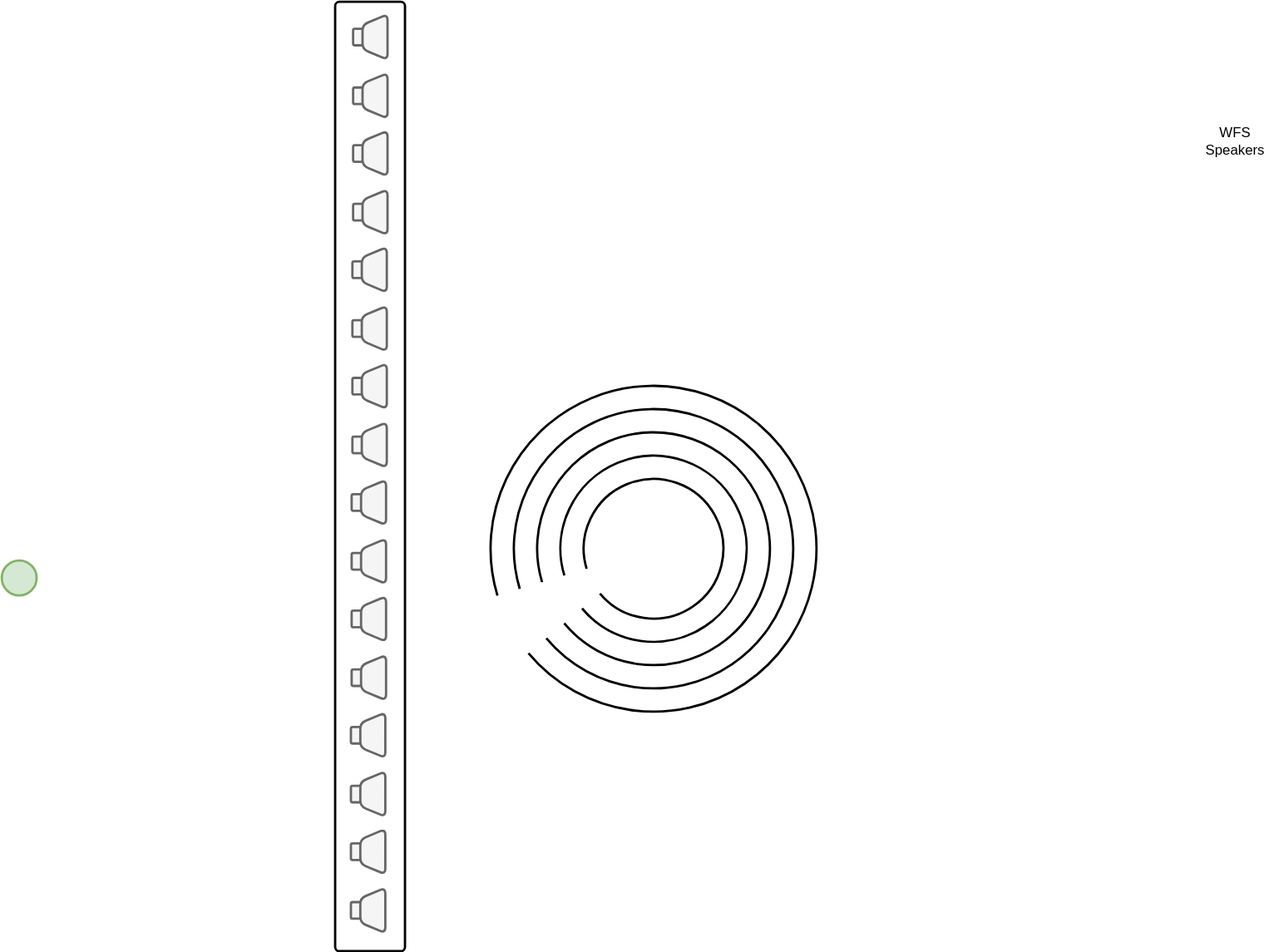
This is Graphics/Untitled Diagram.svg from tu-studio/seamless-docs, a draw.io export, as it was before one commit. Source tidied: cells renumbered, new cells last; positions are measured from the earlier drawing's top-left corner, leaving out a move shared by most shapes. Its diagram source:
```xml
<mxGraphModel>
  <root>
    <mxCell id="0" />
    <mxCell id="1" parent="0" />
    <mxCell id="2" style="verticalLabelPosition=bottom;verticalAlign=top;html=1;shape=mxgraph.basic.arc;startAngle=0.7036132104611288;endAngle=0.6392570956663137;strokeWidth=2;" parent="1" vertex="1">
      <mxGeometry x="420" y="330" width="280" height="280" as="geometry" />
    </mxCell>
    <mxCell id="3" style="verticalLabelPosition=bottom;verticalAlign=top;html=1;shape=mxgraph.basic.arc;startAngle=0.7036132104611288;endAngle=0.6392570956663137;strokeWidth=2;" parent="1" vertex="1">
      <mxGeometry x="440" y="350" width="240" height="240" as="geometry" />
    </mxCell>
    <mxCell id="4" style="verticalLabelPosition=bottom;verticalAlign=top;html=1;shape=mxgraph.basic.arc;startAngle=0.7036132104611288;endAngle=0.6392570956663137;strokeWidth=2;" parent="1" vertex="1">
      <mxGeometry x="460" y="370" width="200" height="200" as="geometry" />
    </mxCell>
    <mxCell id="5" style="verticalLabelPosition=bottom;verticalAlign=top;html=1;shape=mxgraph.basic.arc;startAngle=0.7036132104611288;endAngle=0.6392570956663137;strokeWidth=2;" parent="1" vertex="1">
      <mxGeometry x="480" y="390" width="160" height="160" as="geometry" />
    </mxCell>
    <mxCell id="6" style="rounded=1;whiteSpace=wrap;html=1;strokeWidth=2;align=left;arcSize=6;" parent="1" vertex="1">
      <mxGeometry x="286.5" width="60" height="815.8" as="geometry" />
    </mxCell>
    <mxCell id="7" value="WFS Speakers" style="text;html=1;strokeColor=none;fillColor=none;align=center;verticalAlign=middle;whiteSpace=wrap;rounded=0;" parent="1" vertex="1">
      <mxGeometry x="1040" y="110" width="40" height="20" as="geometry" />
    </mxCell>
    <mxCell id="8" style="group;arcSize=10;" parent="1" vertex="1">
      <mxGeometry x="300.6" y="410" width="29.1" height="40.5" as="geometry" />
    </mxCell>
    <mxCell id="9" style="rounded=1;whiteSpace=wrap;html=1;strokeWidth=2;align=left;arcSize=10;fillColor=#f5f5f5;strokeColor=#666666;fontColor=#333333;" parent="8" vertex="1">
      <mxGeometry y="13.1" width="14.6" height="14.2" as="geometry" />
    </mxCell>
    <mxCell id="10" style="verticalLabelPosition=middle;verticalAlign=middle;html=1;shape=trapezoid;perimeter=trapezoidPerimeter;whiteSpace=wrap;size=0.23;arcSize=10;flipV=1;labelPosition=center;align=center;rounded=1;strokeWidth=2;rotation=90;fillColor=#f5f5f5;strokeColor=#666666;fontColor=#333333;" parent="8" vertex="1">
      <mxGeometry x="-0.6" y="9.5" width="38.9" height="21.5" as="geometry" />
    </mxCell>
    <mxCell id="11" style="group;arcSize=10;" parent="1" vertex="1">
      <mxGeometry x="300.6" y="460.5" width="29.1" height="40.5" as="geometry" />
    </mxCell>
    <mxCell id="12" style="rounded=1;whiteSpace=wrap;html=1;strokeWidth=2;align=left;arcSize=10;fillColor=#f5f5f5;strokeColor=#666666;fontColor=#333333;" parent="11" vertex="1">
      <mxGeometry y="13.1" width="14.6" height="14.2" as="geometry" />
    </mxCell>
    <mxCell id="13" style="verticalLabelPosition=middle;verticalAlign=middle;html=1;shape=trapezoid;perimeter=trapezoidPerimeter;whiteSpace=wrap;size=0.23;arcSize=10;flipV=1;labelPosition=center;align=center;rounded=1;strokeWidth=2;rotation=90;fillColor=#f5f5f5;strokeColor=#666666;fontColor=#333333;" parent="11" vertex="1">
      <mxGeometry x="-0.6" y="9.5" width="38.9" height="21.5" as="geometry" />
    </mxCell>
    <mxCell id="14" style="group;arcSize=10;" parent="1" vertex="1">
      <mxGeometry x="300.6" y="510.1" width="29.1" height="40.5" as="geometry" />
    </mxCell>
    <mxCell id="15" style="rounded=1;whiteSpace=wrap;html=1;strokeWidth=2;align=left;arcSize=10;fillColor=#f5f5f5;strokeColor=#666666;fontColor=#333333;" parent="14" vertex="1">
      <mxGeometry y="13.1" width="14.6" height="14.2" as="geometry" />
    </mxCell>
    <mxCell id="16" style="verticalLabelPosition=middle;verticalAlign=middle;html=1;shape=trapezoid;perimeter=trapezoidPerimeter;whiteSpace=wrap;size=0.23;arcSize=10;flipV=1;labelPosition=center;align=center;rounded=1;strokeWidth=2;rotation=90;fillColor=#f5f5f5;strokeColor=#666666;fontColor=#333333;" parent="14" vertex="1">
      <mxGeometry x="-0.6" y="9.5" width="38.9" height="21.5" as="geometry" />
    </mxCell>
    <mxCell id="17" style="group;arcSize=10;" parent="1" vertex="1">
      <mxGeometry x="300.6" y="560.5" width="29.1" height="40.5" as="geometry" />
    </mxCell>
    <mxCell id="18" style="rounded=1;whiteSpace=wrap;html=1;strokeWidth=2;align=left;arcSize=10;fillColor=#f5f5f5;strokeColor=#666666;fontColor=#333333;" parent="17" vertex="1">
      <mxGeometry y="13.1" width="14.6" height="14.2" as="geometry" />
    </mxCell>
    <mxCell id="19" style="verticalLabelPosition=middle;verticalAlign=middle;html=1;shape=trapezoid;perimeter=trapezoidPerimeter;whiteSpace=wrap;size=0.23;arcSize=10;flipV=1;labelPosition=center;align=center;rounded=1;strokeWidth=2;rotation=90;fillColor=#f5f5f5;strokeColor=#666666;fontColor=#333333;" parent="17" vertex="1">
      <mxGeometry x="-0.6" y="9.5" width="38.9" height="21.5" as="geometry" />
    </mxCell>
    <mxCell id="20" style="group;arcSize=10;" parent="1" vertex="1">
      <mxGeometry x="300" y="610" width="29.1" height="40.5" as="geometry" />
    </mxCell>
    <mxCell id="21" style="rounded=1;whiteSpace=wrap;html=1;strokeWidth=2;align=left;arcSize=10;fillColor=#f5f5f5;strokeColor=#666666;fontColor=#333333;" parent="20" vertex="1">
      <mxGeometry y="13.1" width="14.6" height="14.2" as="geometry" />
    </mxCell>
    <mxCell id="22" style="verticalLabelPosition=middle;verticalAlign=middle;html=1;shape=trapezoid;perimeter=trapezoidPerimeter;whiteSpace=wrap;size=0.23;arcSize=10;flipV=1;labelPosition=center;align=center;rounded=1;strokeWidth=2;rotation=90;fillColor=#f5f5f5;strokeColor=#666666;fontColor=#333333;" parent="20" vertex="1">
      <mxGeometry x="-0.6" y="9.5" width="38.9" height="21.5" as="geometry" />
    </mxCell>
    <mxCell id="23" style="group;arcSize=10;" parent="1" vertex="1">
      <mxGeometry x="300" y="660.5" width="29.1" height="40.5" as="geometry" />
    </mxCell>
    <mxCell id="24" style="rounded=1;whiteSpace=wrap;html=1;strokeWidth=2;align=left;arcSize=10;fillColor=#f5f5f5;strokeColor=#666666;fontColor=#333333;" parent="23" vertex="1">
      <mxGeometry y="13.1" width="14.6" height="14.2" as="geometry" />
    </mxCell>
    <mxCell id="25" style="verticalLabelPosition=middle;verticalAlign=middle;html=1;shape=trapezoid;perimeter=trapezoidPerimeter;whiteSpace=wrap;size=0.23;arcSize=10;flipV=1;labelPosition=center;align=center;rounded=1;strokeWidth=2;rotation=90;fillColor=#f5f5f5;strokeColor=#666666;fontColor=#333333;" parent="23" vertex="1">
      <mxGeometry x="-0.6" y="9.5" width="38.9" height="21.5" as="geometry" />
    </mxCell>
    <mxCell id="26" style="group;arcSize=10;" parent="1" vertex="1">
      <mxGeometry x="300" y="710.1" width="29.1" height="40.5" as="geometry" />
    </mxCell>
    <mxCell id="27" style="rounded=1;whiteSpace=wrap;html=1;strokeWidth=2;align=left;arcSize=10;fillColor=#f5f5f5;strokeColor=#666666;fontColor=#333333;" parent="26" vertex="1">
      <mxGeometry y="13.1" width="14.6" height="14.2" as="geometry" />
    </mxCell>
    <mxCell id="28" style="verticalLabelPosition=middle;verticalAlign=middle;html=1;shape=trapezoid;perimeter=trapezoidPerimeter;whiteSpace=wrap;size=0.23;arcSize=10;flipV=1;labelPosition=center;align=center;rounded=1;strokeWidth=2;rotation=90;fillColor=#f5f5f5;strokeColor=#666666;fontColor=#333333;" parent="26" vertex="1">
      <mxGeometry x="-0.6" y="9.5" width="38.9" height="21.5" as="geometry" />
    </mxCell>
    <mxCell id="29" style="group;arcSize=10;" parent="1" vertex="1">
      <mxGeometry x="300" y="760.5" width="29.1" height="40.5" as="geometry" />
    </mxCell>
    <mxCell id="30" style="rounded=1;whiteSpace=wrap;html=1;strokeWidth=2;align=left;arcSize=10;fillColor=#f5f5f5;strokeColor=#666666;fontColor=#333333;" parent="29" vertex="1">
      <mxGeometry y="13.1" width="14.6" height="14.2" as="geometry" />
    </mxCell>
    <mxCell id="31" style="verticalLabelPosition=middle;verticalAlign=middle;html=1;shape=trapezoid;perimeter=trapezoidPerimeter;whiteSpace=wrap;size=0.23;arcSize=10;flipV=1;labelPosition=center;align=center;rounded=1;strokeWidth=2;rotation=90;fillColor=#f5f5f5;strokeColor=#666666;fontColor=#333333;" parent="29" vertex="1">
      <mxGeometry x="-0.6" y="9.5" width="38.9" height="21.5" as="geometry" />
    </mxCell>
    <mxCell id="32" style="group;arcSize=10;" parent="1" vertex="1">
      <mxGeometry x="301.9" y="10" width="29.1" height="40.5" as="geometry" />
    </mxCell>
    <mxCell id="33" style="rounded=1;whiteSpace=wrap;html=1;strokeWidth=2;align=left;arcSize=10;fillColor=#f5f5f5;strokeColor=#666666;fontColor=#333333;" parent="32" vertex="1">
      <mxGeometry y="13.1" width="14.6" height="14.2" as="geometry" />
    </mxCell>
    <mxCell id="34" style="verticalLabelPosition=middle;verticalAlign=middle;html=1;shape=trapezoid;perimeter=trapezoidPerimeter;whiteSpace=wrap;size=0.23;arcSize=10;flipV=1;labelPosition=center;align=center;rounded=1;strokeWidth=2;rotation=90;fillColor=#f5f5f5;strokeColor=#666666;fontColor=#333333;" parent="32" vertex="1">
      <mxGeometry x="-0.6" y="9.5" width="38.9" height="21.5" as="geometry" />
    </mxCell>
    <mxCell id="35" style="group;arcSize=10;" parent="1" vertex="1">
      <mxGeometry x="301.9" y="60.5" width="29.1" height="40.5" as="geometry" />
    </mxCell>
    <mxCell id="36" style="rounded=1;whiteSpace=wrap;html=1;strokeWidth=2;align=left;arcSize=10;fillColor=#f5f5f5;strokeColor=#666666;fontColor=#333333;" parent="35" vertex="1">
      <mxGeometry y="13.1" width="14.6" height="14.2" as="geometry" />
    </mxCell>
    <mxCell id="37" style="verticalLabelPosition=middle;verticalAlign=middle;html=1;shape=trapezoid;perimeter=trapezoidPerimeter;whiteSpace=wrap;size=0.23;arcSize=10;flipV=1;labelPosition=center;align=center;rounded=1;strokeWidth=2;rotation=90;fillColor=#f5f5f5;strokeColor=#666666;fontColor=#333333;" parent="35" vertex="1">
      <mxGeometry x="-0.6" y="9.5" width="38.9" height="21.5" as="geometry" />
    </mxCell>
    <mxCell id="38" style="group;arcSize=10;" parent="1" vertex="1">
      <mxGeometry x="301.9" y="110.1" width="29.1" height="40.5" as="geometry" />
    </mxCell>
    <mxCell id="39" style="rounded=1;whiteSpace=wrap;html=1;strokeWidth=2;align=left;arcSize=10;fillColor=#f5f5f5;strokeColor=#666666;fontColor=#333333;" parent="38" vertex="1">
      <mxGeometry y="13.1" width="14.6" height="14.2" as="geometry" />
    </mxCell>
    <mxCell id="40" style="verticalLabelPosition=middle;verticalAlign=middle;html=1;shape=trapezoid;perimeter=trapezoidPerimeter;whiteSpace=wrap;size=0.23;arcSize=10;flipV=1;labelPosition=center;align=center;rounded=1;strokeWidth=2;rotation=90;fillColor=#f5f5f5;strokeColor=#666666;fontColor=#333333;" parent="38" vertex="1">
      <mxGeometry x="-0.6" y="9.5" width="38.9" height="21.5" as="geometry" />
    </mxCell>
    <mxCell id="41" style="group;arcSize=10;" parent="1" vertex="1">
      <mxGeometry x="301.9" y="160.5" width="29.1" height="40.5" as="geometry" />
    </mxCell>
    <mxCell id="42" style="rounded=1;whiteSpace=wrap;html=1;strokeWidth=2;align=left;arcSize=10;fillColor=#f5f5f5;strokeColor=#666666;fontColor=#333333;" parent="41" vertex="1">
      <mxGeometry y="13.1" width="14.6" height="14.2" as="geometry" />
    </mxCell>
    <mxCell id="43" style="verticalLabelPosition=middle;verticalAlign=middle;html=1;shape=trapezoid;perimeter=trapezoidPerimeter;whiteSpace=wrap;size=0.23;arcSize=10;flipV=1;labelPosition=center;align=center;rounded=1;strokeWidth=2;rotation=90;fillColor=#f5f5f5;strokeColor=#666666;fontColor=#333333;" parent="41" vertex="1">
      <mxGeometry x="-0.6" y="9.5" width="38.9" height="21.5" as="geometry" />
    </mxCell>
    <mxCell id="44" style="group;arcSize=10;" parent="1" vertex="1">
      <mxGeometry x="301.3" y="210" width="29.1" height="40.5" as="geometry" />
    </mxCell>
    <mxCell id="45" style="rounded=1;whiteSpace=wrap;html=1;strokeWidth=2;align=left;arcSize=10;fillColor=#f5f5f5;strokeColor=#666666;fontColor=#333333;" parent="44" vertex="1">
      <mxGeometry y="13.1" width="14.6" height="14.2" as="geometry" />
    </mxCell>
    <mxCell id="46" style="verticalLabelPosition=middle;verticalAlign=middle;html=1;shape=trapezoid;perimeter=trapezoidPerimeter;whiteSpace=wrap;size=0.23;arcSize=10;flipV=1;labelPosition=center;align=center;rounded=1;strokeWidth=2;rotation=90;fillColor=#f5f5f5;strokeColor=#666666;fontColor=#333333;" parent="44" vertex="1">
      <mxGeometry x="-0.6" y="9.5" width="38.9" height="21.5" as="geometry" />
    </mxCell>
    <mxCell id="47" style="group;arcSize=10;" parent="1" vertex="1">
      <mxGeometry x="301.3" y="260.5" width="29.1" height="40.5" as="geometry" />
    </mxCell>
    <mxCell id="48" style="rounded=1;whiteSpace=wrap;html=1;strokeWidth=2;align=left;arcSize=10;fillColor=#f5f5f5;strokeColor=#666666;fontColor=#333333;" parent="47" vertex="1">
      <mxGeometry y="13.1" width="14.6" height="14.2" as="geometry" />
    </mxCell>
    <mxCell id="49" style="verticalLabelPosition=middle;verticalAlign=middle;html=1;shape=trapezoid;perimeter=trapezoidPerimeter;whiteSpace=wrap;size=0.23;arcSize=10;flipV=1;labelPosition=center;align=center;rounded=1;strokeWidth=2;rotation=90;fillColor=#f5f5f5;strokeColor=#666666;fontColor=#333333;" parent="47" vertex="1">
      <mxGeometry x="-0.6" y="9.5" width="38.9" height="21.5" as="geometry" />
    </mxCell>
    <mxCell id="50" style="group;arcSize=10;" parent="1" vertex="1">
      <mxGeometry x="301.3" y="310.1" width="29.1" height="40.5" as="geometry" />
    </mxCell>
    <mxCell id="51" style="rounded=1;whiteSpace=wrap;html=1;strokeWidth=2;align=left;arcSize=10;fillColor=#f5f5f5;strokeColor=#666666;fontColor=#333333;" parent="50" vertex="1">
      <mxGeometry y="13.1" width="14.6" height="14.2" as="geometry" />
    </mxCell>
    <mxCell id="52" style="verticalLabelPosition=middle;verticalAlign=middle;html=1;shape=trapezoid;perimeter=trapezoidPerimeter;whiteSpace=wrap;size=0.23;arcSize=10;flipV=1;labelPosition=center;align=center;rounded=1;strokeWidth=2;rotation=90;fillColor=#f5f5f5;strokeColor=#666666;fontColor=#333333;" parent="50" vertex="1">
      <mxGeometry x="-0.6" y="9.5" width="38.9" height="21.5" as="geometry" />
    </mxCell>
    <mxCell id="53" style="group;arcSize=10;" parent="1" vertex="1">
      <mxGeometry x="301.3" y="360.5" width="29.1" height="40.5" as="geometry" />
    </mxCell>
    <mxCell id="54" style="rounded=1;whiteSpace=wrap;html=1;strokeWidth=2;align=left;arcSize=10;fillColor=#f5f5f5;strokeColor=#666666;fontColor=#333333;" parent="53" vertex="1">
      <mxGeometry y="13.1" width="14.6" height="14.2" as="geometry" />
    </mxCell>
    <mxCell id="55" style="verticalLabelPosition=middle;verticalAlign=middle;html=1;shape=trapezoid;perimeter=trapezoidPerimeter;whiteSpace=wrap;size=0.23;arcSize=10;flipV=1;labelPosition=center;align=center;rounded=1;strokeWidth=2;rotation=90;fillColor=#f5f5f5;strokeColor=#666666;fontColor=#333333;" parent="53" vertex="1">
      <mxGeometry x="-0.6" y="9.5" width="38.9" height="21.5" as="geometry" />
    </mxCell>
    <mxCell id="56" style="ellipse;whiteSpace=wrap;html=1;strokeWidth=2;fillColor=#d5e8d4;strokeColor=#82b366;" parent="1" vertex="1">
      <mxGeometry y="480.1" width="30" height="30" as="geometry" />
    </mxCell>
    <mxCell id="57" style="verticalLabelPosition=bottom;verticalAlign=top;html=1;shape=mxgraph.basic.arc;startAngle=0.7036132104611288;endAngle=0.6392570956663137;strokeWidth=2;" parent="1" vertex="1">
      <mxGeometry x="500" y="410" width="120" height="120" as="geometry" />
    </mxCell>
  </root>
</mxGraphModel>
```
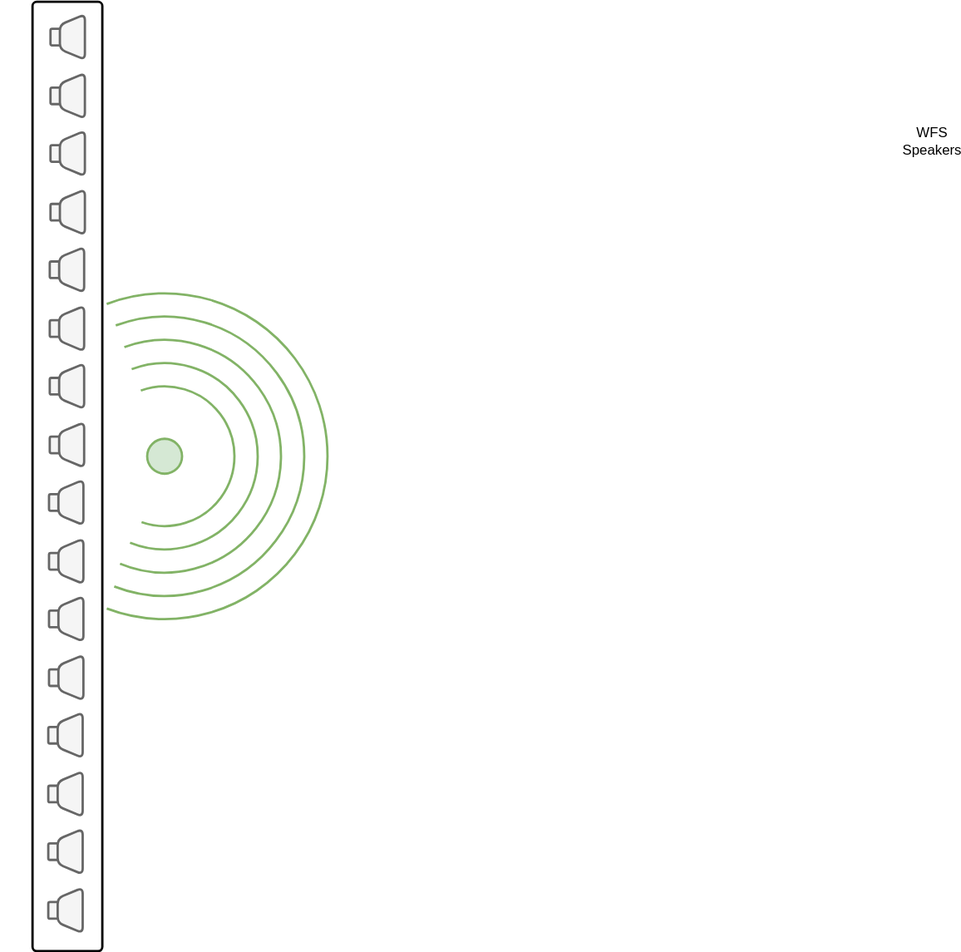
After the change.

The edit, as a diff of the source:
```diff
@@ -2,17 +2,17 @@
   <root>
     <mxCell id="0" />
     <mxCell id="1" parent="0" />
-    <mxCell id="2" style="verticalLabelPosition=bottom;verticalAlign=top;html=1;shape=mxgraph.basic.arc;startAngle=0.7036132104611288;endAngle=0.6392570956663137;strokeWidth=2;" parent="1" vertex="1">
-      <mxGeometry x="420" y="330" width="280" height="280" as="geometry" />
+    <mxCell id="2" style="verticalLabelPosition=bottom;verticalAlign=top;html=1;shape=mxgraph.basic.arc;startAngle=0.9421429005827588;endAngle=0.5577966417019755;strokeWidth=2;fillColor=#d5e8d4;strokeColor=#82b366;" parent="1" vertex="1">
+      <mxGeometry x="260" y="250.5" width="280" height="280" as="geometry" />
     </mxCell>
-    <mxCell id="3" style="verticalLabelPosition=bottom;verticalAlign=top;html=1;shape=mxgraph.basic.arc;startAngle=0.7036132104611288;endAngle=0.6392570956663137;strokeWidth=2;" parent="1" vertex="1">
-      <mxGeometry x="440" y="350" width="240" height="240" as="geometry" />
+    <mxCell id="3" style="verticalLabelPosition=bottom;verticalAlign=top;html=1;shape=mxgraph.basic.arc;startAngle=0.943091627240748;endAngle=0.5587812772689674;strokeWidth=2;fillColor=#d5e8d4;strokeColor=#82b366;" parent="1" vertex="1">
+      <mxGeometry x="280" y="270.5" width="240" height="240" as="geometry" />
     </mxCell>
-    <mxCell id="4" style="verticalLabelPosition=bottom;verticalAlign=top;html=1;shape=mxgraph.basic.arc;startAngle=0.7036132104611288;endAngle=0.6392570956663137;strokeWidth=2;" parent="1" vertex="1">
-      <mxGeometry x="460" y="370" width="200" height="200" as="geometry" />
+    <mxCell id="4" style="verticalLabelPosition=bottom;verticalAlign=top;html=1;shape=mxgraph.basic.arc;startAngle=0.9437320495152135;endAngle=0.5625923613305674;strokeWidth=2;fillColor=#d5e8d4;strokeColor=#82b366;" parent="1" vertex="1">
+      <mxGeometry x="300" y="290.5" width="200" height="200" as="geometry" />
     </mxCell>
-    <mxCell id="5" style="verticalLabelPosition=bottom;verticalAlign=top;html=1;shape=mxgraph.basic.arc;startAngle=0.7036132104611288;endAngle=0.6392570956663137;strokeWidth=2;" parent="1" vertex="1">
-      <mxGeometry x="480" y="390" width="160" height="160" as="geometry" />
+    <mxCell id="5" style="verticalLabelPosition=bottom;verticalAlign=top;html=1;shape=mxgraph.basic.arc;startAngle=0.9424290031512207;endAngle=0.5605594707954217;strokeWidth=2;fillColor=#d5e8d4;strokeColor=#82b366;" parent="1" vertex="1">
+      <mxGeometry x="320" y="310.5" width="160" height="160" as="geometry" />
     </mxCell>
     <mxCell id="6" style="rounded=1;whiteSpace=wrap;html=1;strokeWidth=2;align=left;arcSize=6;" parent="1" vertex="1">
       <mxGeometry x="286.5" width="60" height="815.8" as="geometry" />
@@ -165,10 +165,10 @@
       <mxGeometry x="-0.6" y="9.5" width="38.9" height="21.5" as="geometry" />
     </mxCell>
     <mxCell id="56" style="ellipse;whiteSpace=wrap;html=1;strokeWidth=2;fillColor=#d5e8d4;strokeColor=#82b366;" parent="1" vertex="1">
-      <mxGeometry y="480.1" width="30" height="30" as="geometry" />
+      <mxGeometry x="385" y="375.5" width="30" height="30" as="geometry" />
     </mxCell>
-    <mxCell id="57" style="verticalLabelPosition=bottom;verticalAlign=top;html=1;shape=mxgraph.basic.arc;startAngle=0.7036132104611288;endAngle=0.6392570956663137;strokeWidth=2;" parent="1" vertex="1">
-      <mxGeometry x="500" y="410" width="120" height="120" as="geometry" />
+    <mxCell id="57" style="verticalLabelPosition=bottom;verticalAlign=top;html=1;shape=mxgraph.basic.arc;startAngle=0.9446511648383769;endAngle=0.5535834617199686;strokeWidth=2;fillColor=#d5e8d4;strokeColor=#82b366;" parent="1" vertex="1">
+      <mxGeometry x="340" y="330.5" width="120" height="120" as="geometry" />
     </mxCell>
   </root>
 </mxGraphModel>
```
